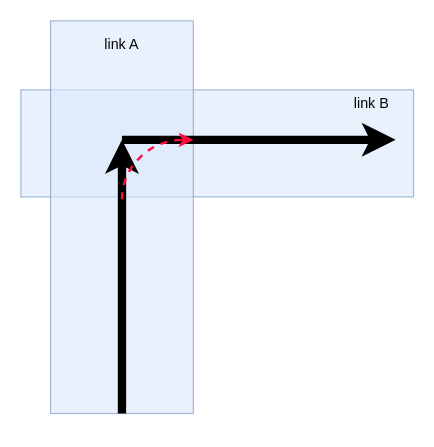
Earlier version of the draw.io diagram Untitled Diagram.drawio (wangziji/graphics). Source tidied: cells renumbered, new cells numbered last; positions are measured from the earlier drawing's top-left corner, leaving out a move shared by most shapes. Both pictures are drawn from the tidied source at 119%, with x=0, y=0 at pixel (50, -54). Pictures stored in the file or linked from it are replaced by grey dashed boxes.
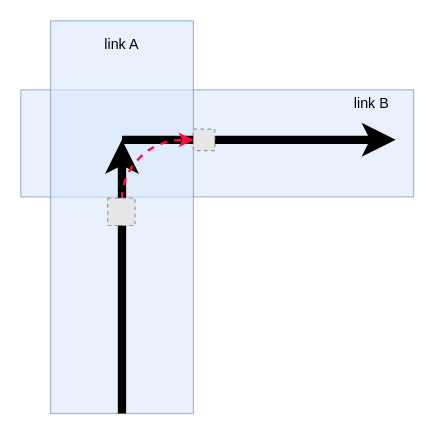
The same diagram, later.

Change to the diagram source:
```diff
@@
 <mxGraphModel>
   <root>
     <mxCell id="0" />
     <mxCell id="1" parent="0" />
+    <mxCell id="9" style="group;" parent="1" vertex="1">
+      <mxGeometry x="-25" y="62" width="330" height="330" as="geometry" />
+    </mxCell>
-    <mxCell id="2" style="rounded=0;whiteSpace=wrap;html=1;fillColor=#dae8fc;strokeColor=#6c8ebf;rotation=90;opacity=60;" parent="1" vertex="1">
-      <mxGeometry x="95" width="90" height="330" as="geometry" />
+    <mxCell id="2" style="rounded=0;whiteSpace=wrap;html=1;fillColor=#dae8fc;strokeColor=#6c8ebf;rotation=90;opacity=60;" parent="9" vertex="1">
+      <mxGeometry x="120" y="-62" width="90" height="330" as="geometry" />
     </mxCell>
-    <mxCell id="3" style="rounded=0;whiteSpace=wrap;html=1;fillColor=#dae8fc;strokeColor=#6c8ebf;opacity=60;" parent="1" vertex="1">
-      <mxGeometry y="62" width="120" height="330" as="geometry" />
+    <mxCell id="3" style="rounded=0;whiteSpace=wrap;html=1;fillColor=#dae8fc;strokeColor=#6c8ebf;opacity=60;" parent="9" vertex="1">
+      <mxGeometry x="25" width="120" height="330" as="geometry" />
     </mxCell>
-    <mxCell id="4" style="endArrow=classic;html=1;strokeWidth=7;" parent="1" edge="1">
+    <mxCell id="4" style="endArrow=classic;html=1;strokeWidth=7;" parent="9" edge="1">
       <mxGeometry relative="1" as="geometry">
-        <mxPoint x="60" y="392" as="sourcePoint" />
-        <mxPoint x="60" y="162" as="targetPoint" />
+        <mxPoint x="85" y="330" as="sourcePoint" />
+        <mxPoint x="85" y="100" as="targetPoint" />
       </mxGeometry>
     </mxCell>
-    <mxCell id="5" style="endArrow=classic;html=1;strokeWidth=7;" parent="1" edge="1">
+    <mxCell id="5" style="endArrow=classic;html=1;strokeWidth=7;" parent="9" edge="1">
       <mxGeometry relative="1" as="geometry">
-        <mxPoint x="60" y="162" as="sourcePoint" />
-        <mxPoint x="290" y="162" as="targetPoint" />
+        <mxPoint x="85" y="100" as="sourcePoint" />
+        <mxPoint x="315" y="100" as="targetPoint" />
       </mxGeometry>
     </mxCell>
-    <mxCell id="6" style="curved=1;endArrow=classic;html=1;strokeWidth=2;strokeColor=#FF0D3D;dashed=1;" parent="1" edge="1">
+    <mxCell id="6" style="curved=1;endArrow=classic;html=1;strokeWidth=2;strokeColor=#FF0D3D;dashed=1;" parent="9" edge="1">
       <mxGeometry relative="1" as="geometry">
-        <mxPoint x="60" y="212" as="sourcePoint" />
-        <mxPoint x="120" y="162" as="targetPoint" />
+        <mxPoint x="85" y="150" as="sourcePoint" />
+        <mxPoint x="145" y="100" as="targetPoint" />
         <Array as="points">
-          <mxPoint x="60" y="192" />
-          <mxPoint x="90" y="162" />
+          <mxPoint x="85" y="130" />
+          <mxPoint x="115" y="100" />
         </Array>
       </mxGeometry>
     </mxCell>
-    <mxCell id="7" value="link A" style="text;html=1;strokeColor=none;fillColor=none;align=center;verticalAlign=middle;whiteSpace=wrap;rounded=0;opacity=60;" parent="1" vertex="1">
-      <mxGeometry x="40" y="72" width="40" height="20" as="geometry" />
+    <mxCell id="7" value="link A" style="text;html=1;strokeColor=none;fillColor=none;align=center;verticalAlign=middle;whiteSpace=wrap;rounded=0;opacity=60;" parent="9" vertex="1">
+      <mxGeometry x="65" y="10" width="40" height="20" as="geometry" />
     </mxCell>
-    <mxCell id="8" value="link B" style="text;html=1;strokeColor=none;fillColor=none;align=center;verticalAlign=middle;whiteSpace=wrap;rounded=0;opacity=60;" parent="1" vertex="1">
-      <mxGeometry x="250" y="122" width="40" height="20" as="geometry" />
+    <mxCell id="8" value="link B" style="text;html=1;strokeColor=none;fillColor=none;align=center;verticalAlign=middle;whiteSpace=wrap;rounded=0;opacity=60;" parent="9" vertex="1">
+      <mxGeometry x="275" y="60" width="40" height="20" as="geometry" />
     </mxCell>
+    <mxCell id="10" style="fillColor=#E6E6E6;strokeColor=#999999;dashed=1;html=1;verticalAlign=top;verticalLabelPosition=bottom;labelBackgroundColor=#ffffff;" parent="9" vertex="1">
+      <mxGeometry x="73" y="149" width="23" height="23" as="geometry" />
+    </mxCell>
+    <mxCell id="11" style="fillColor=#E6E6E6;strokeColor=#999999;dashed=1;html=1;verticalAlign=top;verticalLabelPosition=bottom;labelBackgroundColor=#ffffff;" parent="9" vertex="1">
+      <mxGeometry x="145" y="91" width="18" height="18" as="geometry" />
+    </mxCell>
   </root>
 </mxGraphModel>
```
